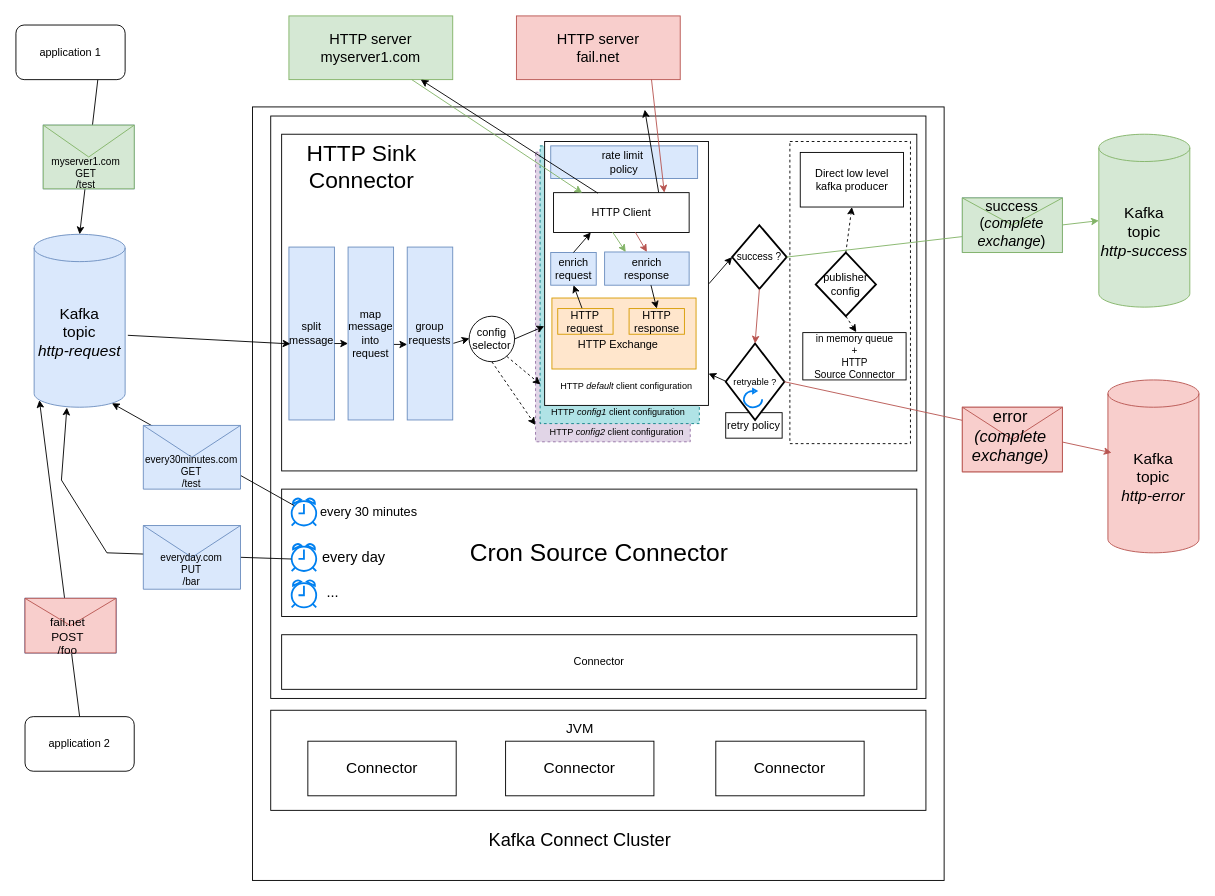
Earlier version of the draw.io diagram docs/images/architecture_options_2.drawio (clescot/kafka-connect-http). Source tidied: cells renumbered, new cells numbered last; positions are measured from the earlier drawing's top-left corner, leaving out a move shared by most shapes. Both pictures are drawn from the tidied source at 91%, with x=0, y=0 at pixel (15, 15).
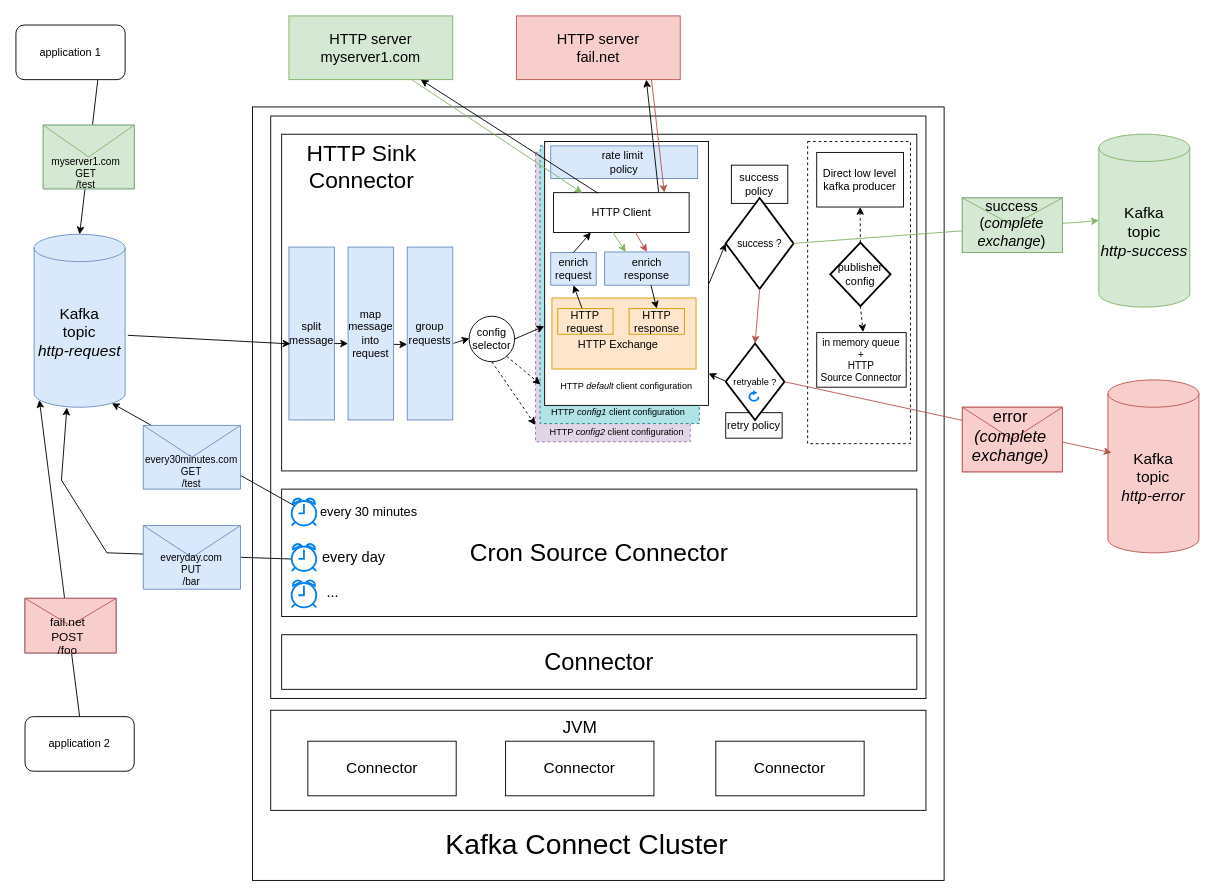
After the change.

The change refers to these unchanged cells:
```xml
<mxCell id="12" value="&lt;font style=&quot;font-size: 16px;&quot;&gt;HTTP server&lt;/font&gt;&lt;div style=&quot;font-size: 16px;&quot;&gt;&lt;font style=&quot;font-size: 16px;&quot;&gt;fail.net&lt;/font&gt;&lt;/div&gt;" style="rounded=0;whiteSpace=wrap;html=1;fillColor=#f8cecc;strokeColor=#b85450;" parent="1" vertex="1">
  <mxGeometry x="550" width="180" height="70" as="geometry" />
</mxCell>
<mxCell id="32" value="HTTP Client" style="rounded=0;whiteSpace=wrap;html=1;" parent="26" vertex="1">
  <mxGeometry x="19.8" y="56.2" width="149" height="43.8" as="geometry" />
</mxCell>
<mxCell id="47" style="group;" parent="1" vertex="1">
  <mxGeometry x="280" y="763" width="720" height="110" as="geometry" />
</mxCell>
<mxCell id="62" style="group;" parent="1" vertex="1">
  <mxGeometry x="860" y="138" width="123" height="352" as="geometry" />
</mxCell>
```

The edit, as a diff of the source:
```diff
@@
-    <mxCell id="5" value="&lt;font style=&quot;font-size: 20px;&quot;&gt;Kafka Connect Cluster&lt;/font&gt;" style="text;html=1;align=center;verticalAlign=middle;whiteSpace=wrap;rounded=0;" parent="1" vertex="1">
-      <mxGeometry x="515" y="890" width="210" height="30" as="geometry" />
+    <mxCell id="5" value="&lt;font style=&quot;font-size: 31px;&quot;&gt;Kafka Connect Cluster&lt;/font&gt;" style="text;html=1;align=center;verticalAlign=middle;whiteSpace=wrap;rounded=0;" parent="1" vertex="1">
+      <mxGeometry x="455" y="895" width="345" height="30" as="geometry" />
     </mxCell>
@@
+    <mxCell id="104" value="success policy" style="rounded=0;whiteSpace=wrap;html=1;" parent="1" vertex="1">
+      <mxGeometry x="786.2" y="164" width="62" height="42" as="geometry" />
+    </mxCell>
     <mxCell id="15" value="&lt;font style=&quot;font-size: 11px;&quot;&gt;success ?&lt;/font&gt;" style="strokeWidth=2;html=1;shape=mxgraph.flowchart.decision;whiteSpace=wrap;" parent="1" vertex="1">
-      <mxGeometry x="787" y="230" width="60" height="70" as="geometry" />
+      <mxGeometry x="780" y="200" width="74.5" height="100" as="geometry" />
     </mxCell>
@@
-    <mxCell id="19" value="Connector" style="rounded=0;whiteSpace=wrap;html=1;" parent="1" vertex="1">
+    <mxCell id="19" value="&lt;font style=&quot;font-size: 26px;&quot;&gt;Connector&lt;/font&gt;" style="rounded=0;whiteSpace=wrap;html=1;" parent="1" vertex="1">
       <mxGeometry x="292" y="680" width="698" height="60" as="geometry" />
     </mxCell>
@@
-    <mxCell id="49" value="JVM" style="text;html=1;align=center;verticalAlign=middle;whiteSpace=wrap;rounded=0;fontSize=15;" parent="47" vertex="1">
+    <mxCell id="49" value="&lt;font style=&quot;font-size: 19px;&quot;&gt;JVM&lt;/font&gt;" style="text;html=1;align=center;verticalAlign=middle;whiteSpace=wrap;rounded=0;fontSize=15;" parent="47" vertex="1">
       <mxGeometry x="298.9" y="4" width="81.5" height="30" as="geometry" />
     </mxCell>
@@
-    <mxCell id="56" style="endArrow=classic;html=1;rounded=0;fillColor=#d5e8d4;strokeColor=#000000;exitX=0.775;exitY=-0.009;exitDx=0;exitDy=0;entryX=0.5;entryY=1;entryDx=0;entryDy=0;exitPerimeter=0;" parent="1" edge="1" source="32">
-      <mxGeometry relative="1" as="geometry">
-        <mxPoint x="691" y="103" as="targetPoint" />
-      </mxGeometry>
+    <mxCell id="56" style="endArrow=classic;html=1;rounded=0;fillColor=#d5e8d4;strokeColor=#000000;exitX=0.775;exitY=-0.009;exitDx=0;exitDy=0;entryX=0.793;entryY=1;entryDx=0;entryDy=0;exitPerimeter=0;entryPerimeter=0;" parent="1" edge="1" source="32" target="12">
+      <mxGeometry relative="1" as="geometry" />
     </mxCell>
@@
     <mxCell id="63" style="rounded=0;whiteSpace=wrap;html=1;dashed=1;" parent="62" vertex="1">
-      <mxGeometry x="-9.5" width="132.5" height="332" as="geometry" />
+      <mxGeometry x="10" width="113" height="332" as="geometry" />
     </mxCell>
     <mxCell id="64" value="publisher&lt;div&gt;config&lt;/div&gt;" style="strokeWidth=2;html=1;shape=mxgraph.flowchart.decision;whiteSpace=wrap;" parent="62" vertex="1">
-      <mxGeometry x="18.9" y="122" width="66.2" height="70" as="geometry" />
+      <mxGeometry x="34.9" y="111" width="66.2" height="70" as="geometry" />
     </mxCell>
     <mxCell id="65" value="Direct low level&lt;div&gt;kafka producer&lt;/div&gt;" style="rounded=0;whiteSpace=wrap;html=1;" parent="62" vertex="1">
-      <mxGeometry x="1.9" y="12" width="113.5" height="60" as="geometry" />
+      <mxGeometry x="20" y="12" width="95.4" height="60" as="geometry" />
     </mxCell>
@@
     <mxCell id="68" value="&lt;font style=&quot;font-size: 11px;&quot;&gt;in memory queue&lt;/font&gt;&lt;div style=&quot;font-size: 11px;&quot;&gt;&lt;font style=&quot;font-size: 11px;&quot;&gt;+&lt;/font&gt;&lt;/div&gt;&lt;div style=&quot;font-size: 11px;&quot;&gt;&lt;font style=&quot;font-size: 11px;&quot;&gt;HTTP&lt;/font&gt;&lt;/div&gt;&lt;div style=&quot;font-size: 11px;&quot;&gt;&lt;font style=&quot;font-size: 11px;&quot;&gt;Source Connector&lt;/font&gt;&lt;/div&gt;" style="rounded=0;whiteSpace=wrap;html=1;" parent="62" vertex="1">
-      <mxGeometry x="4.7" y="210" width="113.5" height="52" as="geometry" />
+      <mxGeometry x="20" y="210" width="98.3" height="60" as="geometry" />
     </mxCell>
@@
     <mxCell id="103" style="html=1;verticalLabelPosition=bottom;align=center;labelBackgroundColor=#ffffff;verticalAlign=top;strokeWidth=2;strokeColor=#0080F0;shadow=0;dashed=0;shape=mxgraph.ios7.icons.reload;" parent="1" vertex="1">
-      <mxGeometry x="800" y="410" width="20" height="20" as="geometry" />
+      <mxGeometry x="806" y="413" width="10" height="10" as="geometry" />
     </mxCell>
```
